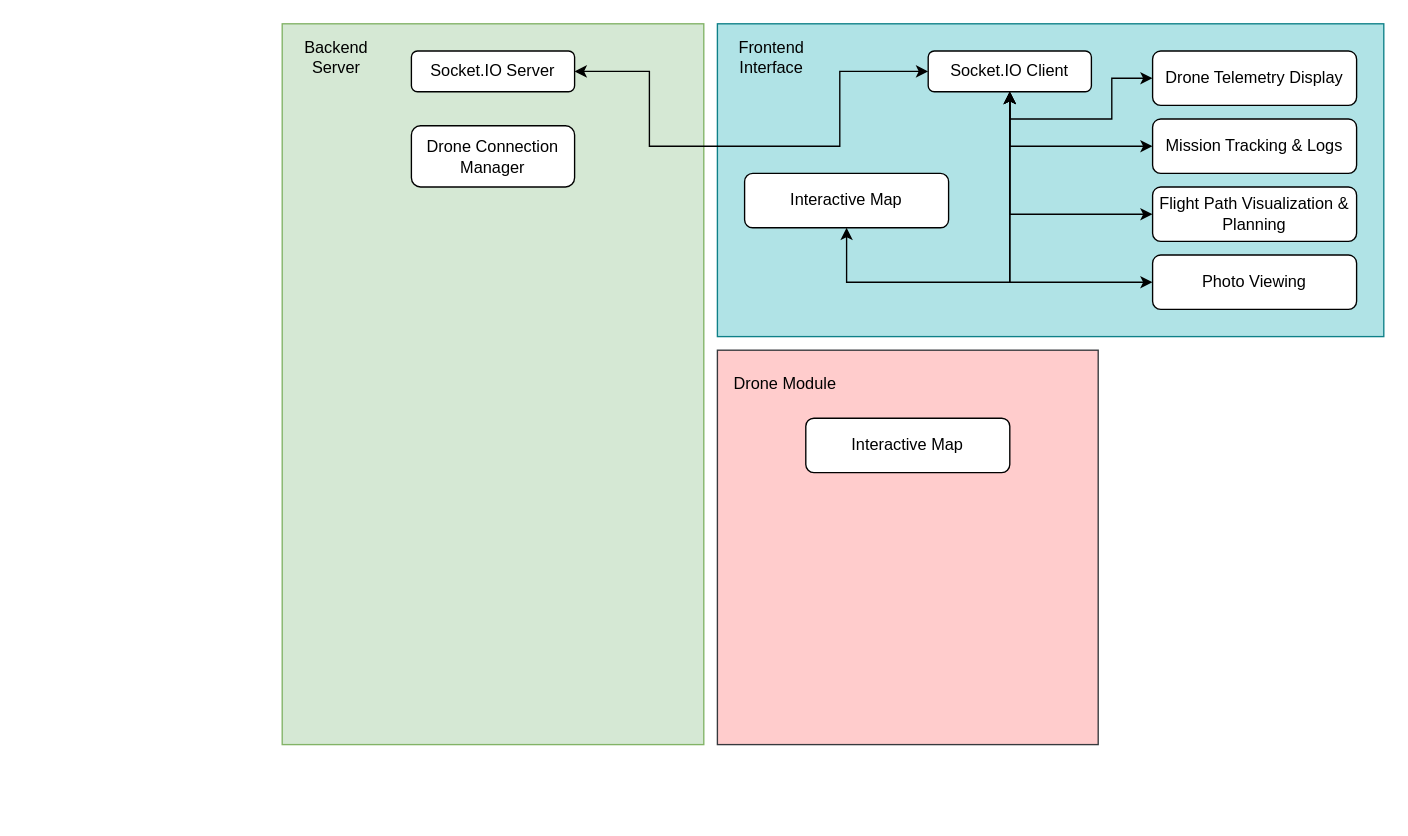
Before: AAU-BSc-Software/Project-P6/resources/Untitled Diagram.drawio in Emilprivate/Esd.EDU, a draw.io diagram. Source tidied: cells renumbered, new cells numbered last; positions are measured from the earlier drawing's top-left corner, leaving out a move shared by most shapes. Both pictures are drawn from the tidied source at 136%, with x=0, y=0 at pixel (282, 23).
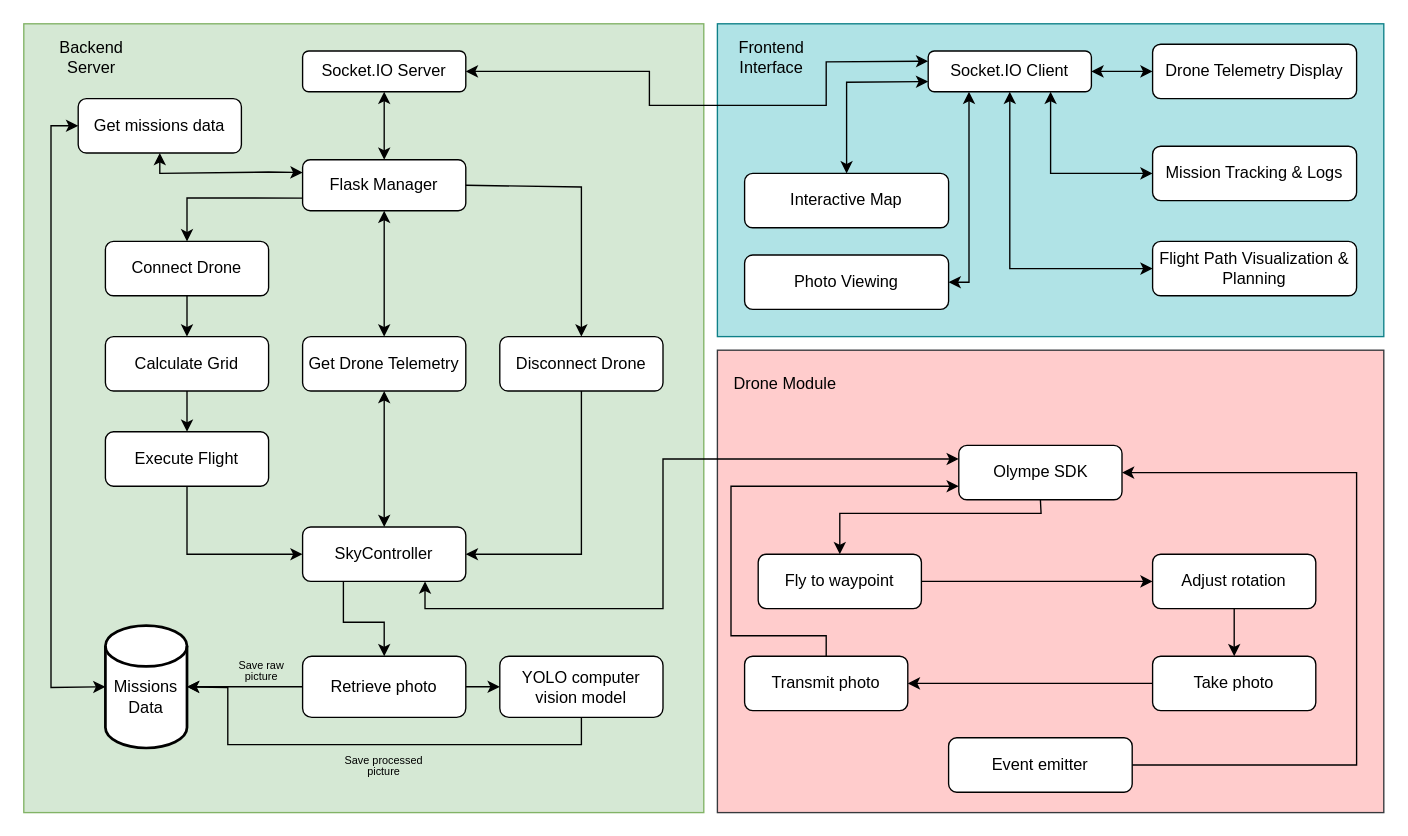
The same page after the edit.

Unchanged cells that the change refers to:
```xml
<mxCell id="9" value="Socket.IO Client" style="rounded=1;whiteSpace=wrap;html=1;" parent="1" vertex="1">
  <mxGeometry x="475" y="20" width="120" height="30" as="geometry" />
</mxCell>
<mxCell id="14" value="Interactive Map" style="rounded=1;whiteSpace=wrap;html=1;" parent="1" vertex="1">
  <mxGeometry x="340" y="110" width="150" height="40" as="geometry" />
</mxCell>
```

What changed in the source:
```diff
@@
     <mxCell id="3" style="rounded=0;whiteSpace=wrap;html=1;fillColor=#d5e8d4;strokeColor=#82b366;labelBackgroundColor=none;" parent="1" vertex="1">
-      <mxGeometry width="310" height="530" as="geometry" />
+      <mxGeometry x="-190" width="500" height="580" as="geometry" />
     </mxCell>
     <mxCell id="4" style="rounded=0;whiteSpace=wrap;html=1;fillColor=#ffcccc;strokeColor=#36393d;" parent="1" vertex="1">
-      <mxGeometry x="320" y="240" width="280" height="290" as="geometry" />
+      <mxGeometry x="320" y="240" width="490" height="340" as="geometry" />
     </mxCell>
     <mxCell id="5" value="Backend Server" style="text;html=1;align=center;verticalAlign=middle;whiteSpace=wrap;rounded=0;" parent="1" vertex="1">
-      <mxGeometry width="80" height="50" as="geometry" />
+      <mxGeometry x="-180" width="80" height="50" as="geometry" />
     </mxCell>
@@
     <mxCell id="8" value="Socket.IO Server" style="rounded=1;whiteSpace=wrap;html=1;" parent="1" vertex="1">
-      <mxGeometry x="95" y="20" width="120" height="30" as="geometry" />
+      <mxGeometry x="15" y="20" width="120" height="30" as="geometry" />
     </mxCell>
@@
-    <mxCell id="10" style="endArrow=classic;startArrow=classic;html=1;rounded=0;exitX=1;exitY=0.5;exitDx=0;exitDy=0;entryX=0;entryY=0.5;entryDx=0;entryDy=0;" parent="1" edge="1" source="8" target="9">
+    <mxCell id="10" style="endArrow=classic;startArrow=classic;html=1;rounded=0;exitX=1;exitY=0.5;exitDx=0;exitDy=0;entryX=0;entryY=0.25;entryDx=0;entryDy=0;" parent="1" edge="1" source="8" target="9">
       <mxGeometry relative="1" as="geometry">
         <Array as="points">
           <mxPoint x="270" y="35" />
-          <mxPoint x="270" y="90" />
-          <mxPoint x="340" y="90" />
-          <mxPoint x="410" y="90" />
-          <mxPoint x="410" y="35" />
+          <mxPoint x="270" y="60" />
+          <mxPoint x="400" y="60" />
+          <mxPoint x="400" y="28" />
         </Array>
       </mxGeometry>
     </mxCell>
     <mxCell id="11" value="Photo Viewing" style="rounded=1;whiteSpace=wrap;html=1;" parent="1" vertex="1">
-      <mxGeometry x="640" y="170" width="150" height="40" as="geometry" />
+      <mxGeometry x="340" y="170" width="150" height="40" as="geometry" />
     </mxCell>
     <mxCell id="12" value="Mission Tracking &amp;amp; Logs" style="rounded=1;whiteSpace=wrap;html=1;" parent="1" vertex="1">
-      <mxGeometry x="640" y="70" width="150" height="40" as="geometry" />
+      <mxGeometry x="640" y="90" width="150" height="40" as="geometry" />
     </mxCell>
     <mxCell id="13" value="Drone Telemetry Display" style="rounded=1;whiteSpace=wrap;html=1;" parent="1" vertex="1">
-      <mxGeometry x="640" y="20" width="150" height="40" as="geometry" />
+      <mxGeometry x="640" y="15" width="150" height="40" as="geometry" />
     </mxCell>
@@
     <mxCell id="15" value="Flight Path Visualization &amp;amp; Planning" style="rounded=1;whiteSpace=wrap;html=1;" parent="1" vertex="1">
-      <mxGeometry x="640" y="120" width="150" height="40" as="geometry" />
+      <mxGeometry x="640" y="160" width="150" height="40" as="geometry" />
     </mxCell>
-    <mxCell id="16" style="endArrow=classic;startArrow=classic;html=1;rounded=0;fontFamily=Helvetica;fontSize=12;fontColor=default;entryX=0.5;entryY=1;entryDx=0;entryDy=0;exitX=0.5;exitY=1;exitDx=0;exitDy=0;" parent="1" edge="1" source="14" target="9">
-      <mxGeometry relative="1" as="geometry">
-        <Array as="points">
-          <mxPoint x="415" y="190" />
-          <mxPoint x="480" y="190" />
-          <mxPoint x="535" y="190" />
-        </Array>
-      </mxGeometry>
-    </mxCell>
-    <mxCell id="17" style="endArrow=classic;startArrow=classic;html=1;rounded=0;fontFamily=Helvetica;fontSize=12;fontColor=default;entryX=0.5;entryY=1;entryDx=0;entryDy=0;exitX=0;exitY=0.5;exitDx=0;exitDy=0;" parent="1" edge="1" source="11" target="9">
-      <mxGeometry relative="1" as="geometry">
-        <Array as="points">
-          <mxPoint x="535" y="190" />
-        </Array>
-      </mxGeometry>
-    </mxCell>
-    <mxCell id="18" style="endArrow=classic;startArrow=classic;html=1;rounded=0;fontFamily=Helvetica;fontSize=12;fontColor=default;entryX=0;entryY=0.5;entryDx=0;entryDy=0;exitX=0.5;exitY=1;exitDx=0;exitDy=0;" parent="1" edge="1" source="9" target="15">
-      <mxGeometry relative="1" as="geometry">
-        <Array as="points">
-          <mxPoint x="535" y="140" />
-        </Array>
-      </mxGeometry>
-    </mxCell>
-    <mxCell id="19" style="endArrow=classic;startArrow=classic;html=1;rounded=0;fontFamily=Helvetica;fontSize=12;fontColor=default;entryX=0;entryY=0.5;entryDx=0;entryDy=0;exitX=0.5;exitY=1;exitDx=0;exitDy=0;" parent="1" edge="1" source="9" target="12">
-      <mxGeometry relative="1" as="geometry">
-        <Array as="points">
-          <mxPoint x="535" y="90" />
-        </Array>
-      </mxGeometry>
-    </mxCell>
-    <mxCell id="20" style="endArrow=classic;startArrow=classic;html=1;rounded=0;fontFamily=Helvetica;fontSize=12;fontColor=default;entryX=0;entryY=0.5;entryDx=0;entryDy=0;exitX=0.5;exitY=1;exitDx=0;exitDy=0;" parent="1" edge="1" source="9" target="13">
-      <mxGeometry relative="1" as="geometry">
-        <Array as="points">
-          <mxPoint x="535" y="70" />
-          <mxPoint x="570" y="70" />
-          <mxPoint x="610" y="70" />
-          <mxPoint x="610" y="60" />
-          <mxPoint x="610" y="40" />
-        </Array>
-      </mxGeometry>
-    </mxCell>
-    <mxCell id="21" value="Interactive Map" style="rounded=1;whiteSpace=wrap;html=1;" parent="1" vertex="1">
-      <mxGeometry x="385" y="290" width="150" height="40" as="geometry" />
+    <mxCell id="21" value="Olympe SDK" style="rounded=1;whiteSpace=wrap;html=1;" parent="1" vertex="1">
+      <mxGeometry x="497.5" y="310" width="120" height="40" as="geometry" />
     </mxCell>
-    <mxCell id="22" value="Drone Connection Manager" style="rounded=1;whiteSpace=wrap;html=1;" parent="1" vertex="1">
-      <mxGeometry x="95" y="75" width="120" height="45" as="geometry" />
+    <mxCell id="22" value="Flask Manager" style="rounded=1;whiteSpace=wrap;html=1;" parent="1" vertex="1">
+      <mxGeometry x="15" y="100" width="120" height="37.5" as="geometry" />
     </mxCell>
+    <mxCell id="23" value="&lt;div&gt;&lt;br&gt;&lt;/div&gt;&lt;div&gt;Missions Data&lt;/div&gt;" style="strokeWidth=2;html=1;shape=mxgraph.flowchart.database;whiteSpace=wrap;rounded=0;strokeColor=default;align=center;verticalAlign=middle;fontFamily=Helvetica;fontSize=12;fontColor=default;fillColor=default;" parent="1" vertex="1">
+      <mxGeometry x="-130" y="442.5" width="60" height="90" as="geometry" />
+    </mxCell>
+    <mxCell id="24" value="Connect Drone" style="rounded=1;whiteSpace=wrap;html=1;strokeColor=default;align=center;verticalAlign=middle;fontFamily=Helvetica;fontSize=12;fontColor=default;fillColor=default;" parent="1" vertex="1">
+      <mxGeometry x="-130" y="160" width="120" height="40" as="geometry" />
+    </mxCell>
+    <mxCell id="25" style="endArrow=classic;startArrow=classic;html=1;rounded=0;fontFamily=Helvetica;fontSize=12;fontColor=default;exitX=0.5;exitY=0;exitDx=0;exitDy=0;entryX=0.5;entryY=1;entryDx=0;entryDy=0;" parent="1" edge="1" source="22" target="8">
+      <mxGeometry relative="1" as="geometry" />
+    </mxCell>
+    <mxCell id="26" style="edgeStyle=orthogonalEdgeStyle;rounded=0;jettySize=auto;html=1;fontFamily=Helvetica;fontSize=12;fontColor=default;entryX=1;entryY=0.5;entryDx=0;entryDy=0;exitX=0.5;exitY=1;exitDx=0;exitDy=0;" parent="1" edge="1" source="27" target="28">
+      <mxGeometry relative="1" as="geometry" />
+    </mxCell>
+    <mxCell id="27" value="Disconnect Drone" style="rounded=1;whiteSpace=wrap;html=1;strokeColor=default;align=center;verticalAlign=middle;fontFamily=Helvetica;fontSize=12;fontColor=default;fillColor=default;" parent="1" vertex="1">
+      <mxGeometry x="160" y="230" width="120" height="40" as="geometry" />
+    </mxCell>
+    <mxCell id="28" value="SkyController" style="rounded=1;whiteSpace=wrap;html=1;strokeColor=default;align=center;verticalAlign=middle;fontFamily=Helvetica;fontSize=12;fontColor=default;fillColor=default;" parent="1" vertex="1">
+      <mxGeometry x="15" y="370" width="120" height="40" as="geometry" />
+    </mxCell>
+    <mxCell id="29" value="Get Drone Telemetry" style="rounded=1;whiteSpace=wrap;html=1;strokeColor=default;align=center;verticalAlign=middle;fontFamily=Helvetica;fontSize=12;fontColor=default;fillColor=default;" parent="1" vertex="1">
+      <mxGeometry x="15" y="230" width="120" height="40" as="geometry" />
+    </mxCell>
+    <mxCell id="30" style="edgeStyle=orthogonalEdgeStyle;rounded=0;jettySize=auto;html=1;fontFamily=Helvetica;fontSize=12;fontColor=default;" parent="1" edge="1" source="31" target="32">
+      <mxGeometry relative="1" as="geometry" />
+    </mxCell>
+    <mxCell id="31" value="Calculate Grid" style="rounded=1;whiteSpace=wrap;html=1;strokeColor=default;align=center;verticalAlign=middle;fontFamily=Helvetica;fontSize=12;fontColor=default;fillColor=default;" parent="1" vertex="1">
+      <mxGeometry x="-130" y="230" width="120" height="40" as="geometry" />
+    </mxCell>
+    <mxCell id="32" value="Execute Flight" style="rounded=1;whiteSpace=wrap;html=1;strokeColor=default;align=center;verticalAlign=middle;fontFamily=Helvetica;fontSize=12;fontColor=default;fillColor=default;" parent="1" vertex="1">
+      <mxGeometry x="-130" y="300" width="120" height="40" as="geometry" />
+    </mxCell>
+    <mxCell id="33" style="endArrow=classic;startArrow=classic;html=1;rounded=0;fontFamily=Helvetica;fontSize=12;fontColor=default;exitX=0.75;exitY=1;exitDx=0;exitDy=0;entryX=0;entryY=0.25;entryDx=0;entryDy=0;" parent="1" edge="1" source="28" target="21">
+      <mxGeometry relative="1" as="geometry">
+        <Array as="points">
+          <mxPoint x="105" y="430" />
+          <mxPoint x="280" y="430" />
+          <mxPoint x="280" y="330" />
+          <mxPoint x="280" y="320" />
+        </Array>
+      </mxGeometry>
+    </mxCell>
+    <mxCell id="34" style="endArrow=classic;startArrow=classic;html=1;rounded=0;fontFamily=Helvetica;fontSize=12;fontColor=default;exitX=0.5;exitY=1;exitDx=0;exitDy=0;entryX=0.5;entryY=0;entryDx=0;entryDy=0;" parent="1" edge="1" source="29" target="28">
+      <mxGeometry relative="1" as="geometry" />
+    </mxCell>
+    <mxCell id="35" style="endArrow=classic;startArrow=classic;html=1;rounded=0;fontFamily=Helvetica;fontSize=12;fontColor=default;exitX=0.5;exitY=0;exitDx=0;exitDy=0;entryX=0.5;entryY=1;entryDx=0;entryDy=0;" parent="1" edge="1" source="29" target="22">
+      <mxGeometry relative="1" as="geometry" />
+    </mxCell>
+    <mxCell id="36" style="edgeStyle=orthogonalEdgeStyle;rounded=0;jettySize=auto;html=1;fontFamily=Helvetica;fontSize=12;fontColor=default;" parent="1" edge="1" source="37" target="39">
+      <mxGeometry relative="1" as="geometry" />
+    </mxCell>
+    <mxCell id="37" value="Fly to waypoint" style="rounded=1;whiteSpace=wrap;html=1;strokeColor=default;align=center;verticalAlign=middle;fontFamily=Helvetica;fontSize=12;fontColor=default;fillColor=default;" parent="1" vertex="1">
+      <mxGeometry x="350" y="390" width="120" height="40" as="geometry" />
+    </mxCell>
+    <mxCell id="38" style="edgeStyle=orthogonalEdgeStyle;rounded=0;jettySize=auto;html=1;fontFamily=Helvetica;fontSize=12;fontColor=default;" parent="1" edge="1" source="39" target="41">
+      <mxGeometry relative="1" as="geometry" />
+    </mxCell>
+    <mxCell id="39" value="Adjust rotation" style="rounded=1;whiteSpace=wrap;html=1;strokeColor=default;align=center;verticalAlign=middle;fontFamily=Helvetica;fontSize=12;fontColor=default;fillColor=default;" parent="1" vertex="1">
+      <mxGeometry x="640" y="390" width="120" height="40" as="geometry" />
+    </mxCell>
+    <mxCell id="40" style="edgeStyle=orthogonalEdgeStyle;rounded=0;jettySize=auto;html=1;fontFamily=Helvetica;fontSize=12;fontColor=default;" parent="1" edge="1" source="41" target="42">
+      <mxGeometry relative="1" as="geometry" />
+    </mxCell>
+    <mxCell id="41" value="Take photo" style="rounded=1;whiteSpace=wrap;html=1;strokeColor=default;align=center;verticalAlign=middle;fontFamily=Helvetica;fontSize=12;fontColor=default;fillColor=default;" parent="1" vertex="1">
+      <mxGeometry x="640" y="465" width="120" height="40" as="geometry" />
+    </mxCell>
+    <mxCell id="42" value="Transmit photo" style="rounded=1;whiteSpace=wrap;html=1;strokeColor=default;align=center;verticalAlign=middle;fontFamily=Helvetica;fontSize=12;fontColor=default;fillColor=default;" parent="1" vertex="1">
+      <mxGeometry x="340" y="465" width="120" height="40" as="geometry" />
+    </mxCell>
+    <mxCell id="43" style="endArrow=classic;html=1;rounded=0;fontFamily=Helvetica;fontSize=12;fontColor=default;exitX=0.5;exitY=1;exitDx=0;exitDy=0;entryX=0.5;entryY=0;entryDx=0;entryDy=0;" parent="1" edge="1" source="21" target="37">
+      <mxGeometry relative="1" as="geometry">
+        <Array as="points">
+          <mxPoint x="558" y="360" />
+          <mxPoint x="410" y="360" />
+        </Array>
+      </mxGeometry>
+    </mxCell>
+    <mxCell id="44" style="endArrow=classic;html=1;rounded=0;fontFamily=Helvetica;fontSize=12;fontColor=default;exitX=0.5;exitY=0;exitDx=0;exitDy=0;entryX=0;entryY=0.75;entryDx=0;entryDy=0;" parent="1" edge="1" source="42" target="21">
+      <mxGeometry relative="1" as="geometry">
+        <Array as="points">
+          <mxPoint x="400" y="450" />
+          <mxPoint x="330" y="450" />
+          <mxPoint x="330" y="340" />
+        </Array>
+      </mxGeometry>
+    </mxCell>
+    <mxCell id="45" style="edgeStyle=orthogonalEdgeStyle;rounded=0;jettySize=auto;html=1;fontFamily=Helvetica;fontSize=12;fontColor=default;entryX=1;entryY=0.5;entryDx=0;entryDy=0;entryPerimeter=0;" parent="1" edge="1" source="47" target="23">
+      <mxGeometry relative="1" as="geometry" />
+    </mxCell>
+    <mxCell id="46" style="edgeStyle=orthogonalEdgeStyle;rounded=0;jettySize=auto;html=1;fontFamily=Helvetica;fontSize=12;fontColor=default;" parent="1" edge="1" source="47" target="51">
+      <mxGeometry relative="1" as="geometry" />
+    </mxCell>
+    <mxCell id="47" value="Retrieve photo" style="rounded=1;whiteSpace=wrap;html=1;strokeColor=default;align=center;verticalAlign=middle;fontFamily=Helvetica;fontSize=12;fontColor=default;fillColor=default;" parent="1" vertex="1">
+      <mxGeometry x="15" y="465" width="120" height="45" as="geometry" />
+    </mxCell>
+    <mxCell id="48" value="Event emitter" style="rounded=1;whiteSpace=wrap;html=1;strokeColor=default;align=center;verticalAlign=middle;fontFamily=Helvetica;fontSize=12;fontColor=default;fillColor=default;" parent="1" vertex="1">
+      <mxGeometry x="490" y="525" width="135" height="40" as="geometry" />
+    </mxCell>
+    <mxCell id="49" style="endArrow=classic;html=1;rounded=0;fontFamily=Helvetica;fontSize=12;fontColor=default;exitX=1;exitY=0.5;exitDx=0;exitDy=0;entryX=1;entryY=0.5;entryDx=0;entryDy=0;" parent="1" edge="1" source="48" target="21">
+      <mxGeometry relative="1" as="geometry">
+        <Array as="points">
+          <mxPoint x="790" y="545" />
+          <mxPoint x="790" y="330" />
+        </Array>
+      </mxGeometry>
+    </mxCell>
+    <mxCell id="50" style="endArrow=classic;html=1;rounded=0;fontFamily=Helvetica;fontSize=12;fontColor=default;exitX=0.25;exitY=1;exitDx=0;exitDy=0;entryX=0.5;entryY=0;entryDx=0;entryDy=0;" parent="1" edge="1" source="28" target="47">
+      <mxGeometry relative="1" as="geometry">
+        <Array as="points">
+          <mxPoint x="45" y="440" />
+          <mxPoint x="75" y="440" />
+        </Array>
+      </mxGeometry>
+    </mxCell>
+    <mxCell id="51" value="YOLO computer vision model" style="rounded=1;whiteSpace=wrap;html=1;strokeColor=default;align=center;verticalAlign=middle;fontFamily=Helvetica;fontSize=12;fontColor=default;fillColor=default;" parent="1" vertex="1">
+      <mxGeometry x="160" y="465" width="120" height="45" as="geometry" />
+    </mxCell>
+    <mxCell id="52" style="endArrow=classic;html=1;rounded=0;fontFamily=Helvetica;fontSize=12;fontColor=default;exitX=0.5;exitY=1;exitDx=0;exitDy=0;entryX=1;entryY=0.5;entryDx=0;entryDy=0;entryPerimeter=0;" parent="1" edge="1" source="51" target="23">
+      <mxGeometry relative="1" as="geometry">
+        <Array as="points">
+          <mxPoint x="220" y="530" />
+          <mxPoint y="530" />
+          <mxPoint x="-40" y="530" />
+          <mxPoint x="-40" y="488" />
+        </Array>
+      </mxGeometry>
+    </mxCell>
+    <mxCell id="53" value="&lt;div style=&quot;line-height: 60%;&quot;&gt;&lt;font style=&quot;font-size: 8px; line-height: 60%;&quot;&gt;Save raw picture&lt;/font&gt;&lt;/div&gt;" style="text;html=1;align=center;verticalAlign=middle;whiteSpace=wrap;rounded=0;fontFamily=Helvetica;fontSize=12;fontColor=default;" parent="1" vertex="1">
+      <mxGeometry x="-45" y="460" width="60" height="30" as="geometry" />
+    </mxCell>
+    <mxCell id="54" value="&lt;div style=&quot;line-height: 60%;&quot;&gt;&lt;div&gt;&lt;font style=&quot;font-size: 8px; line-height: 60%;&quot;&gt;Save processed picture&lt;/font&gt;&lt;/div&gt;&lt;/div&gt;" style="text;html=1;align=center;verticalAlign=middle;whiteSpace=wrap;rounded=0;fontFamily=Helvetica;fontSize=12;fontColor=default;" parent="1" vertex="1">
+      <mxGeometry x="45" y="530" width="60" height="30" as="geometry" />
+    </mxCell>
+    <mxCell id="55" value="Get missions data" style="rounded=1;whiteSpace=wrap;html=1;strokeColor=default;align=center;verticalAlign=middle;fontFamily=Helvetica;fontSize=12;fontColor=default;fillColor=default;" parent="1" vertex="1">
+      <mxGeometry x="-150" y="55" width="120" height="40" as="geometry" />
+    </mxCell>
+    <mxCell id="56" style="endArrow=classic;startArrow=classic;html=1;rounded=0;fontFamily=Helvetica;fontSize=12;fontColor=default;entryX=0;entryY=0.5;entryDx=0;entryDy=0;exitX=0;exitY=0.5;exitDx=0;exitDy=0;exitPerimeter=0;" parent="1" edge="1" source="23" target="55">
+      <mxGeometry relative="1" as="geometry">
+        <Array as="points">
+          <mxPoint x="-170" y="488" />
+          <mxPoint x="-170" y="75" />
+        </Array>
+      </mxGeometry>
+    </mxCell>
+    <mxCell id="57" style="endArrow=classic;html=1;rounded=0;fontFamily=Helvetica;fontSize=12;fontColor=default;exitX=1;exitY=0.5;exitDx=0;exitDy=0;entryX=0.5;entryY=0;entryDx=0;entryDy=0;" parent="1" edge="1" source="22" target="27">
+      <mxGeometry relative="1" as="geometry">
+        <Array as="points">
+          <mxPoint x="220" y="120" />
+        </Array>
+      </mxGeometry>
+    </mxCell>
+    <mxCell id="58" style="endArrow=classic;html=1;rounded=0;fontFamily=Helvetica;fontSize=12;fontColor=default;exitX=0;exitY=0.75;exitDx=0;exitDy=0;entryX=0.5;entryY=0;entryDx=0;entryDy=0;" parent="1" edge="1" source="22" target="24">
+      <mxGeometry relative="1" as="geometry">
+        <Array as="points">
+          <mxPoint x="-70" y="128" />
+        </Array>
+      </mxGeometry>
+    </mxCell>
+    <mxCell id="59" style="endArrow=classic;startArrow=classic;html=1;rounded=0;fontFamily=Helvetica;fontSize=12;fontColor=default;exitX=0.5;exitY=1;exitDx=0;exitDy=0;entryX=0;entryY=0.25;entryDx=0;entryDy=0;" parent="1" edge="1" source="55" target="22">
+      <mxGeometry relative="1" as="geometry">
+        <Array as="points">
+          <mxPoint x="-90" y="110" />
+          <mxPoint x="-10" y="109" />
+        </Array>
+      </mxGeometry>
+    </mxCell>
+    <mxCell id="16" style="endArrow=classic;startArrow=classic;html=1;rounded=0;fontFamily=Helvetica;fontSize=12;fontColor=default;exitX=0.5;exitY=0;exitDx=0;exitDy=0;entryX=0;entryY=0.75;entryDx=0;entryDy=0;" parent="1" edge="1" source="14" target="9">
+      <mxGeometry relative="1" as="geometry">
+        <Array as="points">
+          <mxPoint x="415" y="90" />
+          <mxPoint x="415" y="43" />
+        </Array>
+      </mxGeometry>
+    </mxCell>
+    <mxCell id="20" style="endArrow=classic;startArrow=classic;html=1;rounded=0;fontFamily=Helvetica;fontSize=12;fontColor=default;exitX=1;exitY=0.5;exitDx=0;exitDy=0;entryX=0;entryY=0.5;entryDx=0;entryDy=0;" parent="1" edge="1" source="9" target="13">
+      <mxGeometry relative="1" as="geometry">
+        <Array as="points">
+          <mxPoint x="620" y="35" />
+        </Array>
+      </mxGeometry>
+    </mxCell>
+    <mxCell id="19" style="endArrow=classic;startArrow=classic;html=1;rounded=0;fontFamily=Helvetica;fontSize=12;fontColor=default;exitX=0.75;exitY=1;exitDx=0;exitDy=0;entryX=0;entryY=0.5;entryDx=0;entryDy=0;" parent="1" edge="1" source="9" target="12">
+      <mxGeometry relative="1" as="geometry">
+        <Array as="points">
+          <mxPoint x="565" y="110" />
+        </Array>
+      </mxGeometry>
+    </mxCell>
+    <mxCell id="18" style="endArrow=classic;startArrow=classic;html=1;rounded=0;fontFamily=Helvetica;fontSize=12;fontColor=default;exitX=0.5;exitY=1;exitDx=0;exitDy=0;entryX=0;entryY=0.5;entryDx=0;entryDy=0;" parent="1" edge="1" source="9" target="15">
+      <mxGeometry relative="1" as="geometry">
+        <Array as="points">
+          <mxPoint x="535" y="180" />
+        </Array>
+      </mxGeometry>
+    </mxCell>
+    <mxCell id="17" style="endArrow=classic;startArrow=classic;html=1;rounded=0;fontFamily=Helvetica;fontSize=12;fontColor=default;exitX=1;exitY=0.5;exitDx=0;exitDy=0;entryX=0.25;entryY=1;entryDx=0;entryDy=0;" parent="1" edge="1" source="11" target="9">
+      <mxGeometry relative="1" as="geometry">
+        <Array as="points">
+          <mxPoint x="505" y="190" />
+        </Array>
+      </mxGeometry>
+    </mxCell>
+    <mxCell id="60" style="endArrow=classic;html=1;rounded=0;fontFamily=Helvetica;fontSize=12;fontColor=default;exitX=0.5;exitY=1;exitDx=0;exitDy=0;entryX=0;entryY=0.5;entryDx=0;entryDy=0;" parent="1" edge="1" source="32" target="28">
+      <mxGeometry relative="1" as="geometry">
+        <Array as="points">
+          <mxPoint x="-70" y="390" />
+        </Array>
+      </mxGeometry>
+    </mxCell>
+    <mxCell id="61" style="endArrow=classic;html=1;rounded=0;fontFamily=Helvetica;fontSize=12;fontColor=default;exitX=0.5;exitY=1;exitDx=0;exitDy=0;entryX=0.5;entryY=0;entryDx=0;entryDy=0;" parent="1" edge="1" source="24" target="31">
+      <mxGeometry relative="1" as="geometry" />
+    </mxCell>
```
